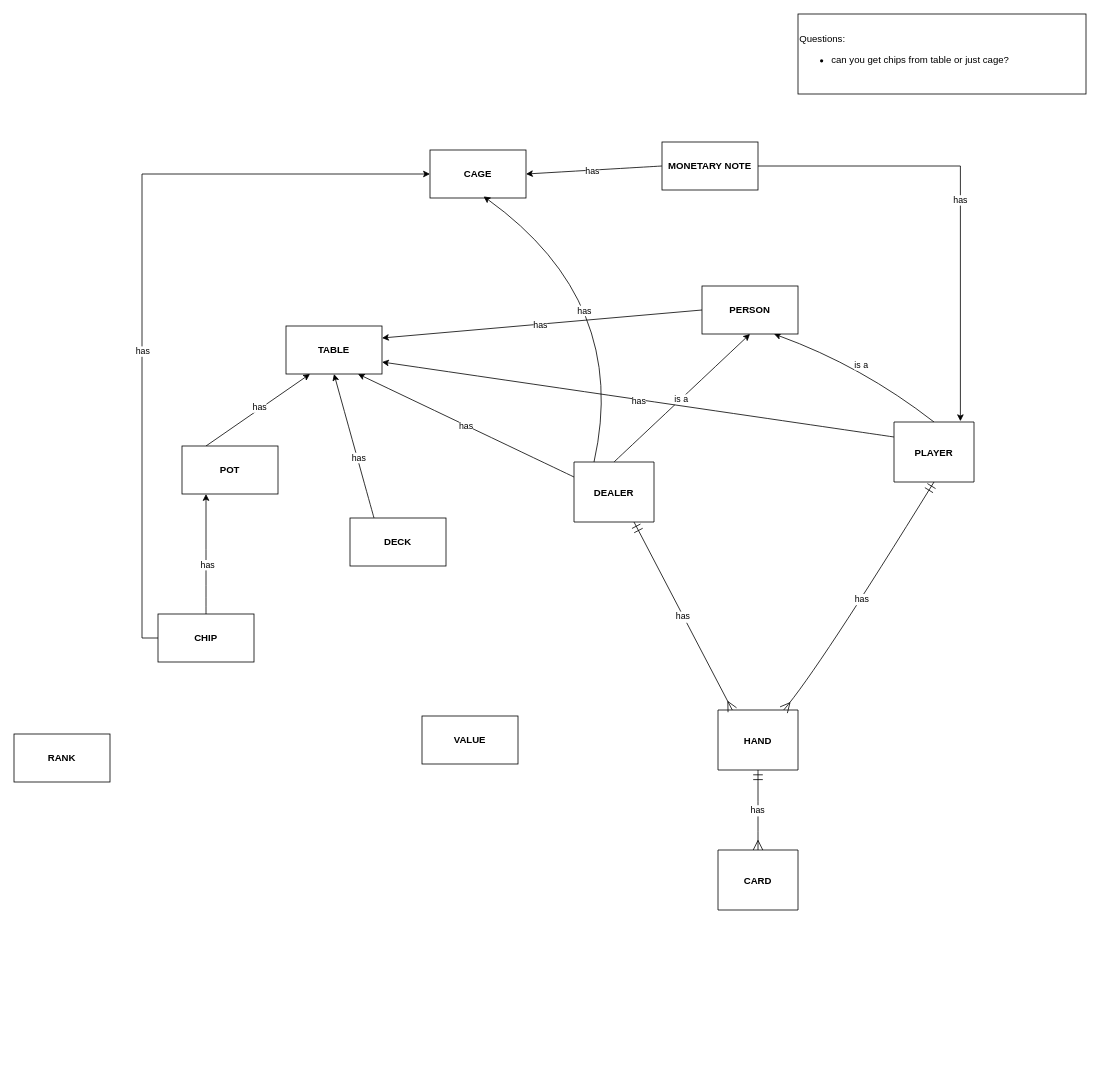
Earlier version of the draw.io diagram lib/src/main/blackjackDesign/relationshipMap.drawio (0xjosiah/intro-to-java). Source tidied: cells renumbered, new cells numbered last; positions are measured from the earlier drawing's top-left corner, leaving out a move shared by most shapes. Both pictures are drawn from the tidied source at 80%, with x=0, y=0 at pixel (14, 14).
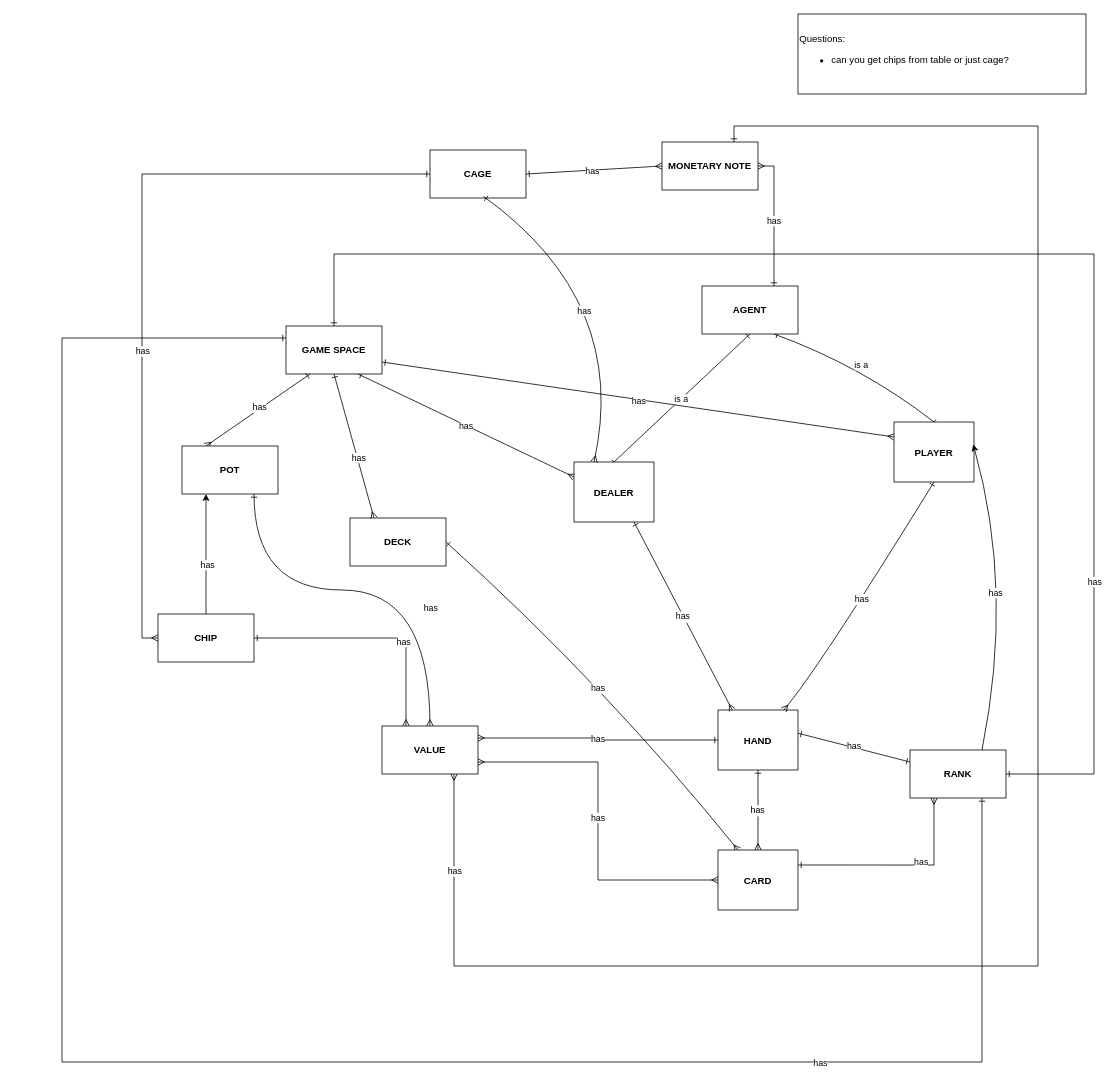
Above is the later version.

The change refers to these unchanged cells:
```xml
<mxCell id="6" value="DEALER" style="shape=table;startSize=75;childLayout=tableLayout;rowLines=1;fontStyle=1;align=center;" parent="1" vertex="1">
  <mxGeometry x="700" y="560" width="100" height="75" as="geometry" />
</mxCell>
<mxCell id="11" value="PLAYER" style="shape=table;startSize=75;childLayout=tableLayout;rowLines=1;fontStyle=1;align=center;" parent="1" vertex="1">
  <mxGeometry x="1100" y="510" width="100" height="75" as="geometry" />
</mxCell>
<mxCell id="12" value="HAND" style="shape=table;startSize=75;childLayout=tableLayout;rowLines=1;fontStyle=1;align=center;" parent="1" vertex="1">
  <mxGeometry x="880" y="870" width="100" height="75" as="geometry" />
</mxCell>
<mxCell id="13" value="CARD" style="shape=table;startSize=75;childLayout=tableLayout;rowLines=1;fontStyle=1;align=center;" parent="1" vertex="1">
  <mxGeometry x="880" y="1045" width="100" height="75" as="geometry" />
</mxCell>
<mxCell id="21" value="&lt;b&gt;CHIP&lt;/b&gt;" style="rounded=0;whiteSpace=wrap;html=1;" parent="1" vertex="1">
  <mxGeometry x="180" y="750" width="120" height="60" as="geometry" />
</mxCell>
<mxCell id="28" value="&lt;b&gt;DECK&lt;/b&gt;" style="rounded=0;whiteSpace=wrap;html=1;" parent="1" vertex="1">
  <mxGeometry x="420" y="630" width="120" height="60" as="geometry" />
</mxCell>
<mxCell id="31" value="&lt;b&gt;POT&lt;/b&gt;" style="rounded=0;whiteSpace=wrap;html=1;" parent="1" vertex="1">
  <mxGeometry x="210" y="540" width="120" height="60" as="geometry" />
</mxCell>
<mxCell id="35" value="&lt;b&gt;CAGE&lt;/b&gt;" style="whiteSpace=wrap;html=1;" parent="1" vertex="1">
  <mxGeometry x="520" y="170" width="120" height="60" as="geometry" />
</mxCell>
<mxCell id="41" value="&lt;b&gt;MONETARY NOTE&lt;/b&gt;" style="whiteSpace=wrap;html=1;" parent="1" vertex="1">
  <mxGeometry x="810" y="160" width="120" height="60" as="geometry" />
</mxCell>
```

Diff of the diagram source:
```diff
@@
-    <mxCell id="2" style="jettySize=auto;html=1;exitX=0.5;exitY=0;exitDx=0;exitDy=0;entryX=0.5;entryY=1;entryDx=0;entryDy=0;curved=1;" parent="1" edge="1" source="6" target="26">
+    <mxCell id="2" style="jettySize=auto;html=1;exitX=0.5;exitY=0;exitDx=0;exitDy=0;entryX=0.5;entryY=1;entryDx=0;entryDy=0;curved=1;startArrow=baseDash;startFill=0;endArrow=ERone;endFill=0;" parent="1" edge="1" source="6" target="26">
       <mxGeometry relative="1" as="geometry" />
     </mxCell>
@@
-    <mxCell id="4" style="jettySize=auto;html=1;exitX=0;exitY=0.25;exitDx=0;exitDy=0;entryX=0.75;entryY=1;entryDx=0;entryDy=0;curved=1;" parent="1" edge="1" source="6" target="23">
+    <mxCell id="4" style="jettySize=auto;html=1;exitX=0;exitY=0.25;exitDx=0;exitDy=0;entryX=0.75;entryY=1;entryDx=0;entryDy=0;curved=1;startArrow=ERmany;startFill=0;endArrow=ERone;endFill=0;" parent="1" edge="1" source="6" target="23">
       <mxGeometry relative="1" as="geometry" />
     </mxCell>
@@
-    <mxCell id="7" style="jettySize=auto;html=1;exitX=0.5;exitY=0;exitDx=0;exitDy=0;entryX=0.75;entryY=1;entryDx=0;entryDy=0;curved=1;" parent="1" edge="1" source="11" target="26">
+    <mxCell id="7" style="jettySize=auto;html=1;exitX=0.5;exitY=0;exitDx=0;exitDy=0;entryX=0.75;entryY=1;entryDx=0;entryDy=0;curved=1;startArrow=baseDash;startFill=0;endArrow=ERone;endFill=0;" parent="1" edge="1" source="11" target="26">
       <mxGeometry relative="1" as="geometry">
         <Array as="points">
           <mxPoint x="1060" y="440" />
         </Array>
       </mxGeometry>
     </mxCell>
@@
-    <mxCell id="9" style="jettySize=auto;html=1;exitX=0;exitY=0.25;exitDx=0;exitDy=0;entryX=1;entryY=0.75;entryDx=0;entryDy=0;curved=1;" parent="1" edge="1" source="11" target="23">
+    <mxCell id="9" style="jettySize=auto;html=1;exitX=0;exitY=0.25;exitDx=0;exitDy=0;entryX=1;entryY=0.75;entryDx=0;entryDy=0;curved=1;startArrow=ERmany;startFill=0;endArrow=ERone;endFill=0;" parent="1" edge="1" source="11" target="23">
       <mxGeometry relative="1" as="geometry" />
     </mxCell>
@@
+    <mxCell id="44" style="jettySize=auto;html=1;exitX=0.25;exitY=0;exitDx=0;exitDy=0;entryX=1;entryY=0.5;entryDx=0;entryDy=0;curved=1;startArrow=ERmany;startFill=0;endArrow=ERone;endFill=0;" parent="1" edge="1" source="13" target="28">
+      <mxGeometry relative="1" as="geometry">
+        <Array as="points">
+          <mxPoint x="740" y="840" />
+        </Array>
+      </mxGeometry>
+    </mxCell>
+    <mxCell id="45" value="has" style="edgeLabel;html=1;align=center;verticalAlign=middle;" parent="44" vertex="1">
+      <mxGeometry x="0.01" y="9" relative="1" as="geometry" />
+    </mxCell>
@@
-    <mxCell id="14" value="has" style="startArrow=ERmandOne;startSize=10;endArrow=ERmany;endSize=10;exitX=0.75;exitY=1;entryX=0.17857142857142855;entryY=0;exitDx=0;exitDy=0;" parent="1" edge="1" source="6" target="12">
+    <mxCell id="14" value="has" style="startArrow=ERone;startSize=6;endArrow=ERmany;endSize=6;exitX=0.75;exitY=1;entryX=0.17857142857142855;entryY=0;exitDx=0;exitDy=0;startFill=0;" parent="1" edge="1" source="6" target="12">
       <mxGeometry relative="1" as="geometry" />
     </mxCell>
-    <mxCell id="15" value="has" style="curved=1;startArrow=ERmandOne;startSize=10;endArrow=ERmany;endSize=10;exitX=0.5;exitY=1;entryX=0.8214285714285714;entryY=0;" parent="1" edge="1" source="11" target="12">
+    <mxCell id="15" value="has" style="curved=1;startArrow=ERone;startSize=6;endArrow=ERmany;endSize=6;exitX=0.5;exitY=1;entryX=0.8214285714285714;entryY=0;startFill=0;" parent="1" edge="1" source="11" target="12">
       <mxGeometry relative="1" as="geometry">
         <Array as="points">
           <mxPoint x="1005" y="820" />
         </Array>
       </mxGeometry>
     </mxCell>
-    <mxCell id="16" value="has" style="curved=1;startArrow=ERmandOne;startSize=10;endArrow=ERmany;endSize=10;exitX=0.5;exitY=1;entryX=0.5;entryY=0;" parent="1" edge="1" source="12" target="13">
+    <mxCell id="16" value="has" style="curved=1;startArrow=ERone;startSize=6;endArrow=ERmany;endSize=6;exitX=0.5;exitY=1;entryX=0.5;entryY=0;startFill=0;" parent="1" edge="1" source="12" target="13">
       <mxGeometry relative="1" as="geometry" />
     </mxCell>
@@
-    <mxCell id="19" style="edgeStyle=orthogonalEdgeStyle;rounded=0;jettySize=auto;html=1;exitX=0;exitY=0.5;exitDx=0;exitDy=0;entryX=0;entryY=0.5;entryDx=0;entryDy=0;" parent="1" edge="1" source="21" target="35">
+    <mxCell id="19" style="edgeStyle=orthogonalEdgeStyle;rounded=0;jettySize=auto;html=1;exitX=0;exitY=0.5;exitDx=0;exitDy=0;entryX=0;entryY=0.5;entryDx=0;entryDy=0;startArrow=ERmany;startFill=0;endArrow=ERone;endFill=0;" parent="1" edge="1" source="21" target="35">
       <mxGeometry relative="1" as="geometry" />
     </mxCell>
@@
+    <mxCell id="46" style="edgeStyle=orthogonalEdgeStyle;rounded=0;jettySize=auto;html=1;exitX=0.25;exitY=0;exitDx=0;exitDy=0;entryX=1;entryY=0.5;entryDx=0;entryDy=0;endArrow=ERone;endFill=0;startArrow=ERmany;startFill=0;" parent="1" edge="1" source="22" target="21">
+      <mxGeometry relative="1" as="geometry" />
+    </mxCell>
+    <mxCell id="47" value="has" style="edgeLabel;html=1;align=center;verticalAlign=middle;" parent="46" vertex="1">
+      <mxGeometry x="-0.24" y="4" relative="1" as="geometry" />
+    </mxCell>
+    <mxCell id="48" style="edgeStyle=orthogonalEdgeStyle;rounded=0;jettySize=auto;html=1;exitX=1;exitY=0.25;exitDx=0;exitDy=0;entryX=0;entryY=0.5;entryDx=0;entryDy=0;endArrow=ERone;endFill=0;startArrow=ERmany;startFill=0;" parent="1" edge="1" source="22" target="12">
+      <mxGeometry relative="1" as="geometry" />
+    </mxCell>
+    <mxCell id="49" value="has" style="edgeLabel;html=1;align=center;verticalAlign=middle;" parent="48" vertex="1">
+      <mxGeometry y="-1" relative="1" as="geometry" />
+    </mxCell>
+    <mxCell id="50" style="edgeStyle=orthogonalEdgeStyle;rounded=0;jettySize=auto;html=1;exitX=1;exitY=0.75;exitDx=0;exitDy=0;entryX=0;entryY=0.5;entryDx=0;entryDy=0;endArrow=ERmany;endFill=0;startArrow=ERmany;startFill=0;" parent="1" edge="1" source="22" target="13">
+      <mxGeometry relative="1" as="geometry" />
+    </mxCell>
+    <mxCell id="51" value="has" style="edgeLabel;html=1;align=center;verticalAlign=middle;" parent="50" vertex="1">
+      <mxGeometry x="-0.02" y="-1" relative="1" as="geometry" />
+    </mxCell>
+    <mxCell id="52" style="jettySize=auto;html=1;exitX=0.5;exitY=0;exitDx=0;exitDy=0;entryX=0.75;entryY=1;entryDx=0;entryDy=0;edgeStyle=orthogonalEdgeStyle;curved=1;endArrow=ERone;endFill=0;startArrow=ERmany;startFill=0;" parent="1" edge="1" source="22" target="31">
+      <mxGeometry relative="1" as="geometry">
+        <Array as="points">
+          <mxPoint x="520" y="720" />
+          <mxPoint x="300" y="720" />
+        </Array>
+      </mxGeometry>
+    </mxCell>
+    <mxCell id="53" value="has" style="edgeLabel;html=1;align=center;verticalAlign=middle;" parent="52" vertex="1">
+      <mxGeometry x="-0.42" relative="1" as="geometry" />
+    </mxCell>
+    <mxCell id="54" style="edgeStyle=orthogonalEdgeStyle;rounded=0;jettySize=auto;html=1;exitX=0.75;exitY=1;exitDx=0;exitDy=0;entryX=0.75;entryY=0;entryDx=0;entryDy=0;endArrow=ERone;endFill=0;startArrow=ERmany;startFill=0;" parent="1" edge="1" source="22" target="41">
+      <mxGeometry relative="1" as="geometry">
+        <Array as="points">
+          <mxPoint x="550" y="1190" />
+          <mxPoint x="1280" y="1190" />
+          <mxPoint x="1280" y="140" />
+          <mxPoint x="900" y="140" />
+        </Array>
+      </mxGeometry>
+    </mxCell>
+    <mxCell id="55" value="has" style="edgeLabel;html=1;align=center;verticalAlign=middle;" parent="54" vertex="1">
+      <mxGeometry x="-0.9" relative="1" as="geometry" />
+    </mxCell>
     <mxCell id="22" value="&lt;b&gt;VALUE&lt;/b&gt;" style="rounded=0;whiteSpace=wrap;html=1;" parent="1" vertex="1">
-      <mxGeometry x="510" y="877.5" width="120" height="60" as="geometry" />
+      <mxGeometry x="460" y="890" width="120" height="60" as="geometry" />
     </mxCell>
+    <mxCell id="56" style="edgeStyle=orthogonalEdgeStyle;rounded=0;jettySize=auto;html=1;exitX=0;exitY=0.25;exitDx=0;exitDy=0;entryX=0.75;entryY=1;entryDx=0;entryDy=0;startArrow=ERone;startFill=0;endArrow=ERone;endFill=0;" parent="1" edge="1" source="23" target="32">
+      <mxGeometry relative="1" as="geometry">
+        <Array as="points">
+          <mxPoint x="60" y="405" />
+          <mxPoint x="60" y="1310" />
+          <mxPoint x="1210" y="1310" />
+        </Array>
+      </mxGeometry>
+    </mxCell>
+    <mxCell id="57" value="has" style="edgeLabel;html=1;align=center;verticalAlign=middle;" parent="56" vertex="1">
+      <mxGeometry x="0.6" relative="1" as="geometry" />
+    </mxCell>
-    <mxCell id="23" value="&lt;b&gt;TABLE&lt;/b&gt;" style="rounded=0;whiteSpace=wrap;html=1;" parent="1" vertex="1">
+    <mxCell id="23" value="&lt;b&gt;GAME SPACE&lt;/b&gt;" style="rounded=0;whiteSpace=wrap;html=1;" parent="1" vertex="1">
       <mxGeometry x="340" y="390" width="120" height="60" as="geometry" />
     </mxCell>
-    <mxCell id="24" style="jettySize=auto;html=1;exitX=0;exitY=0.5;exitDx=0;exitDy=0;entryX=1;entryY=0.25;entryDx=0;entryDy=0;" parent="1" edge="1" source="26" target="23">
-      <mxGeometry relative="1" as="geometry" />
-    </mxCell>
-    <mxCell id="25" value="has" style="edgeLabel;html=1;align=center;verticalAlign=middle;" parent="24" vertex="1">
-      <mxGeometry x="0.01" y="1" relative="1" as="geometry" />
-    </mxCell>
-    <mxCell id="26" value="&lt;b&gt;PERSON&lt;/b&gt;" style="rounded=0;whiteSpace=wrap;html=1;" parent="1" vertex="1">
+    <mxCell id="26" value="&lt;b&gt;AGENT&lt;/b&gt;" style="rounded=0;whiteSpace=wrap;html=1;" parent="1" vertex="1">
       <mxGeometry x="860" y="340" width="120" height="60" as="geometry" />
     </mxCell>
@@
-    <mxCell id="29" style="jettySize=auto;html=1;exitX=0.25;exitY=0;exitDx=0;exitDy=0;entryX=0.25;entryY=1;entryDx=0;entryDy=0;" parent="1" edge="1" source="31" target="23">
+    <mxCell id="29" style="jettySize=auto;html=1;exitX=0.25;exitY=0;exitDx=0;exitDy=0;entryX=0.25;entryY=1;entryDx=0;entryDy=0;startArrow=ERmany;startFill=0;endArrow=ERone;endFill=0;" parent="1" edge="1" source="31" target="23">
       <mxGeometry relative="1" as="geometry" />
     </mxCell>
@@
+    <mxCell id="58" style="edgeStyle=orthogonalEdgeStyle;rounded=0;jettySize=auto;html=1;exitX=0.25;exitY=1;exitDx=0;exitDy=0;entryX=1;entryY=0.25;entryDx=0;entryDy=0;startArrow=ERmany;startFill=0;endArrow=ERone;endFill=0;" parent="1" edge="1" source="32" target="13">
+      <mxGeometry relative="1" as="geometry" />
+    </mxCell>
+    <mxCell id="59" value="has" style="edgeLabel;html=1;align=center;verticalAlign=middle;" parent="58" vertex="1">
+      <mxGeometry x="-0.21" y="-4" relative="1" as="geometry" />
+    </mxCell>
+    <mxCell id="60" style="edgeStyle=orthogonalEdgeStyle;rounded=0;jettySize=auto;html=1;exitX=1;exitY=0.5;exitDx=0;exitDy=0;entryX=0.5;entryY=0;entryDx=0;entryDy=0;startArrow=ERone;startFill=0;endArrow=ERone;endFill=0;" parent="1" edge="1" source="32" target="23">
+      <mxGeometry relative="1" as="geometry">
+        <Array as="points">
+          <mxPoint x="1350" y="950" />
+          <mxPoint x="1350" y="300" />
+          <mxPoint x="400" y="300" />
+        </Array>
+      </mxGeometry>
+    </mxCell>
+    <mxCell id="61" value="has" style="edgeLabel;html=1;align=center;verticalAlign=middle;" parent="60" vertex="1">
+      <mxGeometry x="-0.61" relative="1" as="geometry" />
+    </mxCell>
     <mxCell id="32" value="&lt;b&gt;RANK&lt;/b&gt;" style="rounded=0;whiteSpace=wrap;html=1;" parent="1" vertex="1">
-      <mxGeometry y="900" width="120" height="60" as="geometry" />
+      <mxGeometry x="1120" y="920" width="120" height="60" as="geometry" />
     </mxCell>
-    <mxCell id="33" style="jettySize=auto;html=1;exitX=0.25;exitY=0;exitDx=0;exitDy=0;entryX=0.5;entryY=1;entryDx=0;entryDy=0;curved=1;" parent="1" edge="1" source="28" target="23">
+    <mxCell id="33" style="jettySize=auto;html=1;exitX=0.25;exitY=0;exitDx=0;exitDy=0;entryX=0.5;entryY=1;entryDx=0;entryDy=0;curved=1;startArrow=ERmany;startFill=0;endArrow=ERone;endFill=0;" parent="1" edge="1" source="28" target="23">
       <mxGeometry relative="1" as="geometry" />
     </mxCell>
@@
-    <mxCell id="37" style="jettySize=auto;html=1;exitX=0.25;exitY=0;exitDx=0;exitDy=0;entryX=0.558;entryY=0.967;entryDx=0;entryDy=0;entryPerimeter=0;curved=1;" parent="1" edge="1" source="6" target="35">
+    <mxCell id="37" style="jettySize=auto;html=1;exitX=0.25;exitY=0;exitDx=0;exitDy=0;entryX=0.558;entryY=0.967;entryDx=0;entryDy=0;entryPerimeter=0;curved=1;startArrow=ERmany;startFill=0;endArrow=ERone;endFill=0;" parent="1" edge="1" source="6" target="35">
       <mxGeometry relative="1" as="geometry">
         <Array as="points">
           <mxPoint x="770" y="360" />
         </Array>
       </mxGeometry>
     </mxCell>
@@
-    <mxCell id="39" style="jettySize=auto;html=1;exitX=0;exitY=0.5;exitDx=0;exitDy=0;entryX=1;entryY=0.5;entryDx=0;entryDy=0;curved=1;" parent="1" edge="1" source="41" target="35">
+    <mxCell id="39" style="jettySize=auto;html=1;exitX=0;exitY=0.5;exitDx=0;exitDy=0;entryX=1;entryY=0.5;entryDx=0;entryDy=0;curved=1;startArrow=ERmany;startFill=0;endArrow=ERone;endFill=0;" parent="1" edge="1" source="41" target="35">
       <mxGeometry relative="1" as="geometry" />
     </mxCell>
@@
-    <mxCell id="42" style="edgeStyle=orthogonalEdgeStyle;rounded=0;jettySize=auto;html=1;exitX=1;exitY=0.5;exitDx=0;exitDy=0;entryX=0.83;entryY=-0.013;entryDx=0;entryDy=0;entryPerimeter=0;" parent="1" edge="1" source="41" target="11">
+    <mxCell id="42" style="edgeStyle=orthogonalEdgeStyle;rounded=0;jettySize=auto;html=1;exitX=1;exitY=0.5;exitDx=0;exitDy=0;entryX=0.75;entryY=0;entryDx=0;entryDy=0;endArrow=ERone;endFill=0;startArrow=ERmany;startFill=0;" parent="1" edge="1" source="41" target="26">
       <mxGeometry relative="1" as="geometry" />
     </mxCell>
@@
+    <mxCell id="62" style="jettySize=auto;html=1;exitX=0.75;exitY=0;exitDx=0;exitDy=0;entryX=0.99;entryY=0.373;entryDx=0;entryDy=0;entryPerimeter=0;curved=1;" parent="1" edge="1" source="32" target="11">
+      <mxGeometry relative="1" as="geometry">
+        <Array as="points">
+          <mxPoint x="1250" y="720" />
+        </Array>
+      </mxGeometry>
+    </mxCell>
+    <mxCell id="63" value="has" style="edgeLabel;html=1;align=center;verticalAlign=middle;" parent="62" vertex="1">
+      <mxGeometry y="22" relative="1" as="geometry" />
+    </mxCell>
+    <mxCell id="64" style="rounded=0;jettySize=auto;html=1;exitX=0;exitY=0.25;exitDx=0;exitDy=0;entryX=1;entryY=0.387;entryDx=0;entryDy=0;entryPerimeter=0;endArrow=ERone;endFill=0;startArrow=ERone;startFill=0;" parent="1" edge="1" source="32" target="12">
+      <mxGeometry relative="1" as="geometry" />
+    </mxCell>
+    <mxCell id="65" value="has" style="edgeLabel;html=1;align=center;verticalAlign=middle;" parent="64" vertex="1">
+      <mxGeometry x="0.01" y="-2" relative="1" as="geometry" />
+    </mxCell>
```
